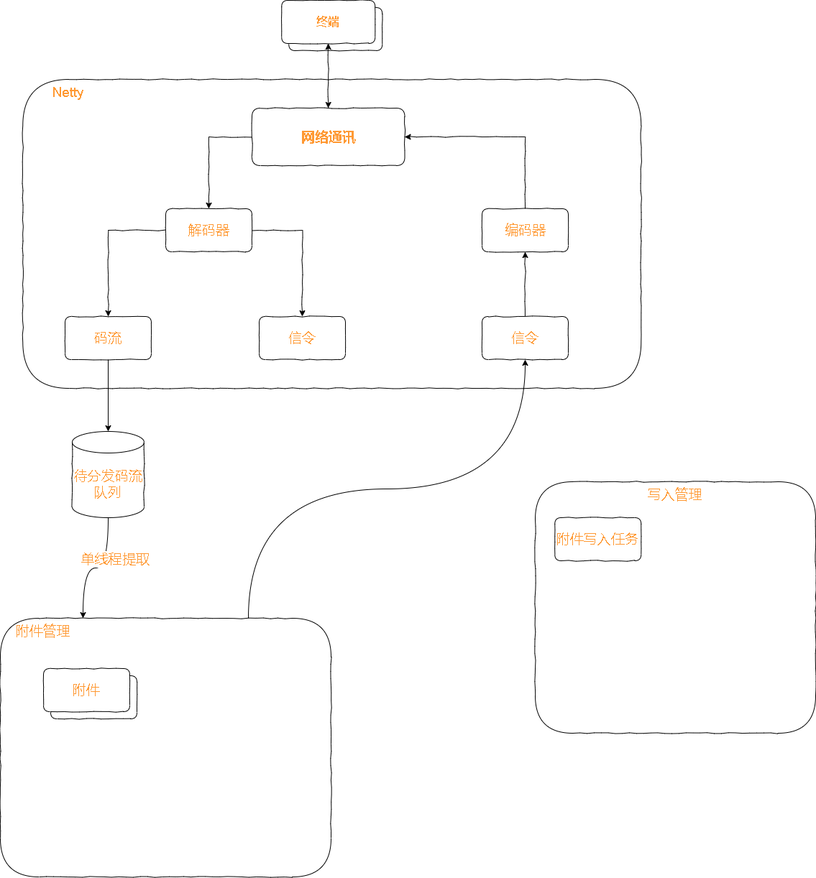
Above: test.drawio.png in xktder/draw (draw.io), before the change. Source tidied: cells renumbered, new cells last; positions are measured from the earlier drawing's top-left corner, leaving out a move shared by most shapes.
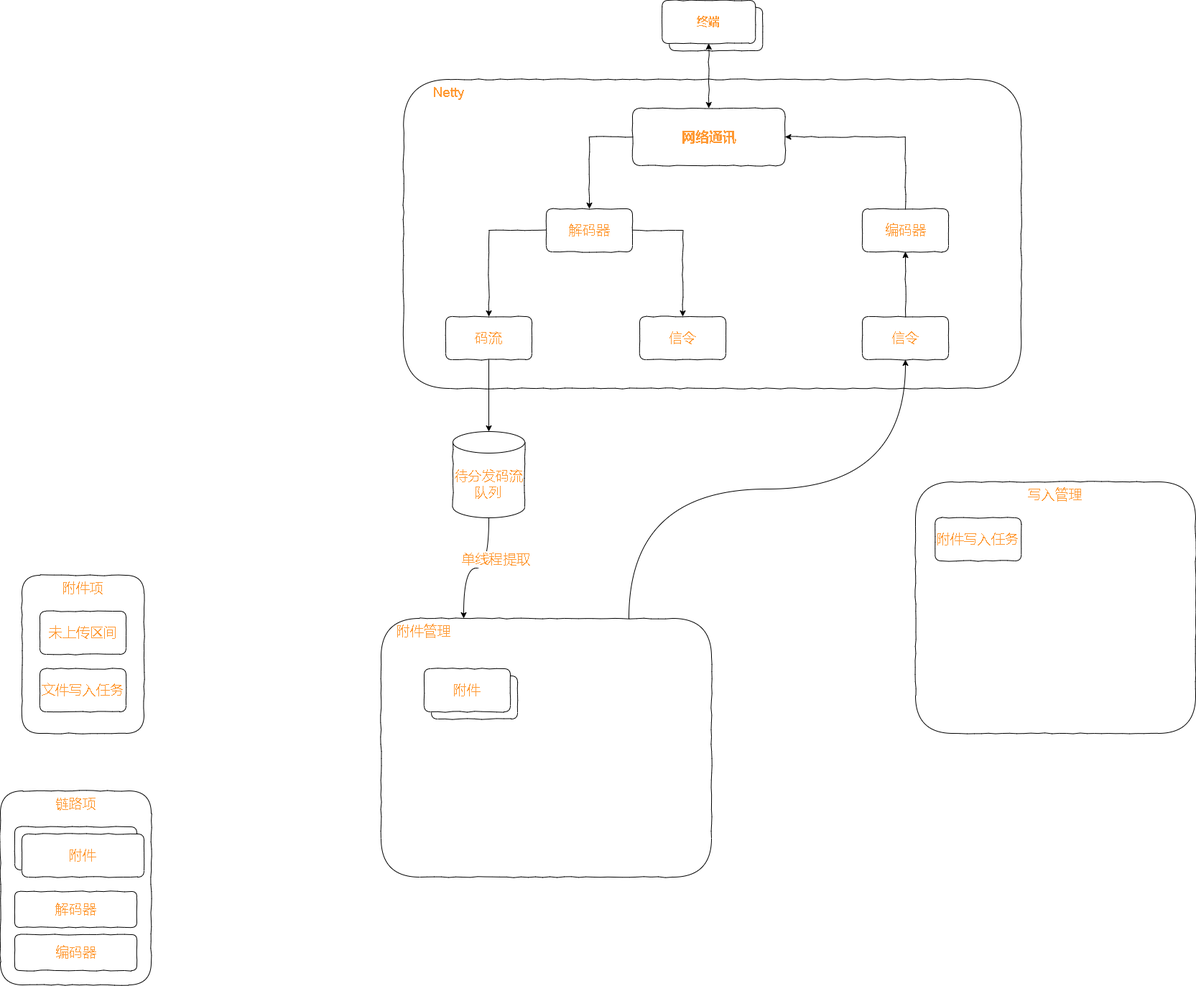
The same diagram one commit later.

The edit, as a diff of the source:
```diff
@@ -83,5 +83,35 @@
     <mxCell id="28" value="待分发码流队列" style="shape=cylinder3;whiteSpace=wrap;html=1;boundedLbl=1;backgroundOutline=1;size=15;comic=1;fontSize=19;fontColor=#FF9933;strokeColor=default;gradientColor=none;" parent="1" vertex="1">
       <mxGeometry x="100" y="600" width="100" height="120" as="geometry" />
     </mxCell>
+    <mxCell id="29" style="group;" parent="1" vertex="1">
+      <mxGeometry x="-500" y="800" width="170" height="220" as="geometry" />
+    </mxCell>
+    <mxCell id="30" value="附件项" style="rounded=1;whiteSpace=wrap;html=1;comic=1;fontSize=19;fontColor=#FF9933;strokeColor=default;gradientColor=none;verticalAlign=top;" parent="29" vertex="1">
+      <mxGeometry width="170" height="220" as="geometry" />
+    </mxCell>
+    <mxCell id="31" value="未上传区间" style="rounded=1;whiteSpace=wrap;html=1;comic=1;fontSize=19;fontColor=#FF9933;strokeColor=default;gradientColor=none;" parent="29" vertex="1">
+      <mxGeometry x="25" y="50" width="120" height="60" as="geometry" />
+    </mxCell>
+    <mxCell id="32" value="文件写入任务" style="rounded=1;whiteSpace=wrap;html=1;comic=1;fontSize=19;fontColor=#FF9933;strokeColor=default;gradientColor=none;" parent="29" vertex="1">
+      <mxGeometry x="25" y="130" width="120" height="60" as="geometry" />
+    </mxCell>
+    <mxCell id="33" value="链路项" style="rounded=1;whiteSpace=wrap;html=1;comic=1;fontSize=19;fontColor=#FF9933;strokeColor=default;gradientColor=none;verticalAlign=top;" parent="1" vertex="1">
+      <mxGeometry x="-530" y="1100" width="210" height="270" as="geometry" />
+    </mxCell>
+    <mxCell id="34" style="group;" parent="1" vertex="1">
+      <mxGeometry x="-510" y="1150" width="180" height="70" as="geometry" />
+    </mxCell>
+    <mxCell id="35" value="附件" style="rounded=1;whiteSpace=wrap;html=1;comic=1;fontSize=19;fontColor=#FF9933;strokeColor=default;gradientColor=none;" parent="34" vertex="1">
+      <mxGeometry width="170" height="60" as="geometry" />
+    </mxCell>
+    <mxCell id="36" value="附件" style="rounded=1;whiteSpace=wrap;html=1;comic=1;fontSize=19;fontColor=#FF9933;strokeColor=default;gradientColor=none;" parent="34" vertex="1">
+      <mxGeometry x="10" y="10" width="170" height="60" as="geometry" />
+    </mxCell>
+    <mxCell id="37" value="解码器" style="rounded=1;whiteSpace=wrap;html=1;comic=1;fontSize=19;fontColor=#FF9933;strokeColor=default;gradientColor=none;" parent="1" vertex="1">
+      <mxGeometry x="-510" y="1240" width="170" height="50" as="geometry" />
+    </mxCell>
+    <mxCell id="38" value="编码器" style="rounded=1;whiteSpace=wrap;html=1;comic=1;fontSize=19;fontColor=#FF9933;strokeColor=default;gradientColor=none;" parent="1" vertex="1">
+      <mxGeometry x="-510" y="1300" width="170" height="50" as="geometry" />
+    </mxCell>
   </root>
 </mxGraphModel>
```
